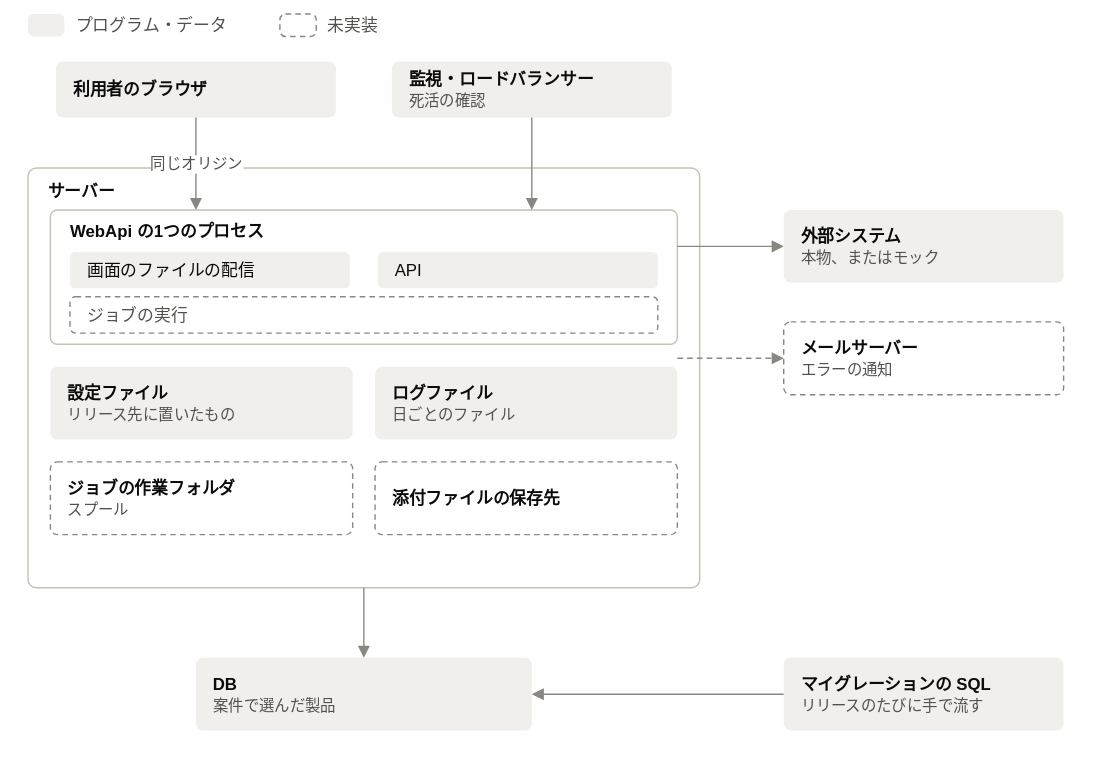
This is demo/101_販売管理システム/標準仕様書/図/実行環境_本番環境.drawio.svg from halllky/NijoAppScaffold, a draw.io export, as it was before one commit. Source tidied: cells renumbered, new cells last; positions are measured from the earlier drawing's top-left corner, leaving out a move shared by most shapes. Source of this version:
```xml
<mxGraphModel background="#ffffff">
  <root>
    <mxCell id="0" />
    <mxCell id="1" parent="0" />
    <mxCell id="2" style="rounded=1;absoluteArcSize=1;arcSize=8;html=1;fillColor=#f0efec;strokeColor=none;strokeWidth=1;" parent="1" vertex="1">
      <mxGeometry width="26" height="16" as="geometry" />
    </mxCell>
    <mxCell id="3" value="プログラム・データ" style="text;html=1;align=left;verticalAlign=middle;fontSize=12;fontColor=#52514e;fontStyle=0;spacing=0;" parent="1" vertex="1">
      <mxGeometry x="34" width="140" height="16" as="geometry" />
    </mxCell>
    <mxCell id="4" style="rounded=1;absoluteArcSize=1;arcSize=8;html=1;fillColor=#ffffff;strokeColor=#898781;strokeWidth=1;dashed=1;dashPattern=4 3;" parent="1" vertex="1">
      <mxGeometry x="180" width="26" height="16" as="geometry" />
    </mxCell>
    <mxCell id="5" value="未実装" style="text;html=1;align=left;verticalAlign=middle;fontSize=12;fontColor=#52514e;fontStyle=0;spacing=0;" parent="1" vertex="1">
      <mxGeometry x="214" width="80" height="16" as="geometry" />
    </mxCell>
    <mxCell id="6" style="rounded=1;absoluteArcSize=1;arcSize=10;html=1;fillColor=#f0efec;strokeColor=none;strokeWidth=1;" parent="1" vertex="1">
      <mxGeometry x="20" y="34" width="200" height="40" as="geometry" />
    </mxCell>
    <mxCell id="7" value="&lt;b&gt;利用者のブラウザ&lt;/b&gt;" style="text;html=1;align=left;verticalAlign=middle;fontSize=12;fontColor=#0b0b0b;fontStyle=0;spacing=0;whiteSpace=wrap;" parent="1" vertex="1">
      <mxGeometry x="32" y="34" width="176" height="40" as="geometry" />
    </mxCell>
    <mxCell id="8" style="rounded=1;absoluteArcSize=1;arcSize=10;html=1;fillColor=#f0efec;strokeColor=none;strokeWidth=1;" parent="1" vertex="1">
      <mxGeometry x="260" y="34" width="200" height="40" as="geometry" />
    </mxCell>
    <mxCell id="9" value="&lt;b&gt;監視・ロードバランサー&lt;/b&gt;&lt;br&gt;&lt;span style=&quot;color:#52514e;font-size:11px&quot;&gt;死活の確認&lt;/span&gt;" style="text;html=1;align=left;verticalAlign=middle;fontSize=12;fontColor=#0b0b0b;fontStyle=0;spacing=0;whiteSpace=wrap;" parent="1" vertex="1">
      <mxGeometry x="272" y="34" width="176" height="40" as="geometry" />
    </mxCell>
    <mxCell id="10" style="rounded=1;absoluteArcSize=1;arcSize=12;html=1;fillColor=#ffffff;strokeColor=#c3c2b7;strokeWidth=1;" parent="1" vertex="1">
      <mxGeometry y="110" width="480" height="300" as="geometry" />
    </mxCell>
    <mxCell id="11" value="&lt;b&gt;サーバー&lt;/b&gt;" style="text;html=1;align=left;verticalAlign=middle;fontSize=12;fontColor=#0b0b0b;fontStyle=0;spacing=0;" parent="1" vertex="1">
      <mxGeometry x="14" y="118" width="452" height="18" as="geometry" />
    </mxCell>
    <mxCell id="12" style="rounded=1;absoluteArcSize=1;arcSize=10;html=1;fillColor=#ffffff;strokeColor=#c3c2b7;strokeWidth=1;" parent="1" vertex="1">
      <mxGeometry x="16" y="140" width="448" height="96" as="geometry" />
    </mxCell>
    <mxCell id="13" value="&lt;b&gt;WebApi の1つのプロセス&lt;/b&gt;" style="text;html=1;align=left;verticalAlign=middle;fontSize=12;fontColor=#0b0b0b;fontStyle=0;spacing=0;" parent="1" vertex="1">
      <mxGeometry x="30" y="146" width="420" height="18" as="geometry" />
    </mxCell>
    <mxCell id="14" style="rounded=1;absoluteArcSize=1;arcSize=8;html=1;fillColor=#f0efec;strokeColor=none;strokeWidth=1;" parent="1" vertex="1">
      <mxGeometry x="30" y="170" width="200" height="26" as="geometry" />
    </mxCell>
    <mxCell id="15" value="画面のファイルの配信" style="text;html=1;align=left;verticalAlign=middle;fontSize=12;fontColor=#0b0b0b;fontStyle=0;spacing=0;" parent="1" vertex="1">
      <mxGeometry x="42" y="170" width="180" height="26" as="geometry" />
    </mxCell>
    <mxCell id="16" style="rounded=1;absoluteArcSize=1;arcSize=8;html=1;fillColor=#f0efec;strokeColor=none;strokeWidth=1;" parent="1" vertex="1">
      <mxGeometry x="250" y="170" width="200" height="26" as="geometry" />
    </mxCell>
    <mxCell id="17" value="API" style="text;html=1;align=left;verticalAlign=middle;fontSize=12;fontColor=#0b0b0b;fontStyle=0;spacing=0;" parent="1" vertex="1">
      <mxGeometry x="262" y="170" width="180" height="26" as="geometry" />
    </mxCell>
    <mxCell id="18" style="rounded=1;absoluteArcSize=1;arcSize=8;html=1;fillColor=#ffffff;strokeColor=#898781;strokeWidth=1;dashed=1;dashPattern=4 3;" parent="1" vertex="1">
      <mxGeometry x="30" y="202" width="420" height="26" as="geometry" />
    </mxCell>
    <mxCell id="19" value="ジョブの実行" style="text;html=1;align=left;verticalAlign=middle;fontSize=12;fontColor=#52514e;fontStyle=0;spacing=0;" parent="1" vertex="1">
      <mxGeometry x="42" y="202" width="400" height="26" as="geometry" />
    </mxCell>
    <mxCell id="20" style="rounded=1;absoluteArcSize=1;arcSize=10;html=1;fillColor=#f0efec;strokeColor=none;strokeWidth=1;" parent="1" vertex="1">
      <mxGeometry x="16" y="252" width="216" height="52" as="geometry" />
    </mxCell>
    <mxCell id="21" value="&lt;b&gt;設定ファイル&lt;/b&gt;&lt;br&gt;&lt;span style=&quot;color:#52514e;font-size:11px&quot;&gt;リリース先に置いたもの&lt;/span&gt;" style="text;html=1;align=left;verticalAlign=middle;fontSize=12;fontColor=#0b0b0b;fontStyle=0;spacing=0;whiteSpace=wrap;" parent="1" vertex="1">
      <mxGeometry x="28" y="252" width="192" height="52" as="geometry" />
    </mxCell>
    <mxCell id="22" style="rounded=1;absoluteArcSize=1;arcSize=10;html=1;fillColor=#f0efec;strokeColor=none;strokeWidth=1;" parent="1" vertex="1">
      <mxGeometry x="248" y="252" width="216" height="52" as="geometry" />
    </mxCell>
    <mxCell id="23" value="&lt;b&gt;ログファイル&lt;/b&gt;&lt;br&gt;&lt;span style=&quot;color:#52514e;font-size:11px&quot;&gt;日ごとのファイル&lt;/span&gt;" style="text;html=1;align=left;verticalAlign=middle;fontSize=12;fontColor=#0b0b0b;fontStyle=0;spacing=0;whiteSpace=wrap;" parent="1" vertex="1">
      <mxGeometry x="260" y="252" width="192" height="52" as="geometry" />
    </mxCell>
    <mxCell id="24" style="rounded=1;absoluteArcSize=1;arcSize=10;html=1;fillColor=#ffffff;strokeColor=#898781;strokeWidth=1;dashed=1;dashPattern=4 3;" parent="1" vertex="1">
      <mxGeometry x="16" y="320" width="216" height="52" as="geometry" />
    </mxCell>
    <mxCell id="25" value="&lt;b&gt;ジョブの作業フォルダ&lt;/b&gt;&lt;br&gt;&lt;span style=&quot;color:#52514e;font-size:11px&quot;&gt;スプール&lt;/span&gt;" style="text;html=1;align=left;verticalAlign=middle;fontSize=12;fontColor=#0b0b0b;fontStyle=0;spacing=0;whiteSpace=wrap;" parent="1" vertex="1">
      <mxGeometry x="28" y="320" width="192" height="52" as="geometry" />
    </mxCell>
    <mxCell id="26" style="rounded=1;absoluteArcSize=1;arcSize=10;html=1;fillColor=#ffffff;strokeColor=#898781;strokeWidth=1;dashed=1;dashPattern=4 3;" parent="1" vertex="1">
      <mxGeometry x="248" y="320" width="216" height="52" as="geometry" />
    </mxCell>
    <mxCell id="27" value="&lt;b&gt;添付ファイルの保存先&lt;/b&gt;" style="text;html=1;align=left;verticalAlign=middle;fontSize=12;fontColor=#0b0b0b;fontStyle=0;spacing=0;whiteSpace=wrap;" parent="1" vertex="1">
      <mxGeometry x="260" y="320" width="192" height="52" as="geometry" />
    </mxCell>
    <mxCell id="28" value="同じオリジン" style="html=1;rounded=0;endArrow=block;endFill=1;endSize=6;startArrow=none;strokeColor=#898781;strokeWidth=1;fontSize=11;fontColor=#52514e;labelBackgroundColor=#ffffff;" parent="1" edge="1">
      <mxGeometry relative="1" as="geometry">
        <mxPoint x="120" y="74" as="sourcePoint" />
        <mxPoint x="120" y="140" as="targetPoint" />
      </mxGeometry>
    </mxCell>
    <mxCell id="29" style="html=1;rounded=0;endArrow=block;endFill=1;endSize=6;startArrow=none;strokeColor=#898781;strokeWidth=1;fontSize=11;fontColor=#52514e;labelBackgroundColor=#ffffff;" parent="1" edge="1">
      <mxGeometry relative="1" as="geometry">
        <mxPoint x="360" y="74" as="sourcePoint" />
        <mxPoint x="360" y="140" as="targetPoint" />
      </mxGeometry>
    </mxCell>
    <mxCell id="30" style="rounded=1;absoluteArcSize=1;arcSize=10;html=1;fillColor=#f0efec;strokeColor=none;strokeWidth=1;" parent="1" vertex="1">
      <mxGeometry x="120" y="460" width="240" height="52" as="geometry" />
    </mxCell>
    <mxCell id="31" value="&lt;b&gt;DB&lt;/b&gt;&lt;br&gt;&lt;span style=&quot;color:#52514e;font-size:11px&quot;&gt;案件で選んだ製品&lt;/span&gt;" style="text;html=1;align=left;verticalAlign=middle;fontSize=12;fontColor=#0b0b0b;fontStyle=0;spacing=0;whiteSpace=wrap;" parent="1" vertex="1">
      <mxGeometry x="132" y="460" width="216" height="52" as="geometry" />
    </mxCell>
    <mxCell id="32" style="html=1;rounded=0;endArrow=block;endFill=1;endSize=6;startArrow=none;strokeColor=#898781;strokeWidth=1;fontSize=11;fontColor=#52514e;labelBackgroundColor=#ffffff;" parent="1" edge="1">
      <mxGeometry relative="1" as="geometry">
        <mxPoint x="240" y="410" as="sourcePoint" />
        <mxPoint x="240" y="460" as="targetPoint" />
      </mxGeometry>
    </mxCell>
    <mxCell id="33" style="rounded=1;absoluteArcSize=1;arcSize=10;html=1;fillColor=#f0efec;strokeColor=none;strokeWidth=1;" parent="1" vertex="1">
      <mxGeometry x="540" y="460" width="200" height="52" as="geometry" />
    </mxCell>
    <mxCell id="34" value="&lt;b&gt;マイグレーションの SQL&lt;/b&gt;&lt;br&gt;&lt;span style=&quot;color:#52514e;font-size:11px&quot;&gt;リリースのたびに手で流す&lt;/span&gt;" style="text;html=1;align=left;verticalAlign=middle;fontSize=12;fontColor=#0b0b0b;fontStyle=0;spacing=0;whiteSpace=wrap;" parent="1" vertex="1">
      <mxGeometry x="552" y="460" width="176" height="52" as="geometry" />
    </mxCell>
    <mxCell id="35" style="html=1;rounded=0;endArrow=block;endFill=1;endSize=6;startArrow=none;strokeColor=#898781;strokeWidth=1;fontSize=11;fontColor=#52514e;labelBackgroundColor=#ffffff;" parent="1" edge="1">
      <mxGeometry relative="1" as="geometry">
        <mxPoint x="540" y="486" as="sourcePoint" />
        <mxPoint x="360" y="486" as="targetPoint" />
      </mxGeometry>
    </mxCell>
    <mxCell id="36" style="rounded=1;absoluteArcSize=1;arcSize=10;html=1;fillColor=#f0efec;strokeColor=none;strokeWidth=1;" parent="1" vertex="1">
      <mxGeometry x="540" y="140" width="200" height="52" as="geometry" />
    </mxCell>
    <mxCell id="37" value="&lt;b&gt;外部システム&lt;/b&gt;&lt;br&gt;&lt;span style=&quot;color:#52514e;font-size:11px&quot;&gt;本物、またはモック&lt;/span&gt;" style="text;html=1;align=left;verticalAlign=middle;fontSize=12;fontColor=#0b0b0b;fontStyle=0;spacing=0;whiteSpace=wrap;" parent="1" vertex="1">
      <mxGeometry x="552" y="140" width="176" height="52" as="geometry" />
    </mxCell>
    <mxCell id="38" style="rounded=1;absoluteArcSize=1;arcSize=10;html=1;fillColor=#ffffff;strokeColor=#898781;strokeWidth=1;dashed=1;dashPattern=4 3;" parent="1" vertex="1">
      <mxGeometry x="540" y="220" width="200" height="52" as="geometry" />
    </mxCell>
    <mxCell id="39" value="&lt;b&gt;メールサーバー&lt;/b&gt;&lt;br&gt;&lt;span style=&quot;color:#52514e;font-size:11px&quot;&gt;エラーの通知&lt;/span&gt;" style="text;html=1;align=left;verticalAlign=middle;fontSize=12;fontColor=#0b0b0b;fontStyle=0;spacing=0;whiteSpace=wrap;" parent="1" vertex="1">
      <mxGeometry x="552" y="220" width="176" height="52" as="geometry" />
    </mxCell>
    <mxCell id="40" style="html=1;rounded=0;endArrow=block;endFill=1;endSize=6;startArrow=none;strokeColor=#898781;strokeWidth=1;fontSize=11;fontColor=#52514e;labelBackgroundColor=#ffffff;" parent="1" edge="1">
      <mxGeometry relative="1" as="geometry">
        <mxPoint x="464" y="166" as="sourcePoint" />
        <mxPoint x="540" y="166" as="targetPoint" />
      </mxGeometry>
    </mxCell>
    <mxCell id="41" style="html=1;rounded=0;endArrow=block;endFill=1;endSize=6;startArrow=none;strokeColor=#898781;strokeWidth=1;fontSize=11;fontColor=#52514e;labelBackgroundColor=#ffffff;dashed=1;dashPattern=4 3;" parent="1" edge="1">
      <mxGeometry relative="1" as="geometry">
        <mxPoint x="464" y="246" as="sourcePoint" />
        <mxPoint x="540" y="246" as="targetPoint" />
      </mxGeometry>
    </mxCell>
  </root>
</mxGraphModel>
```
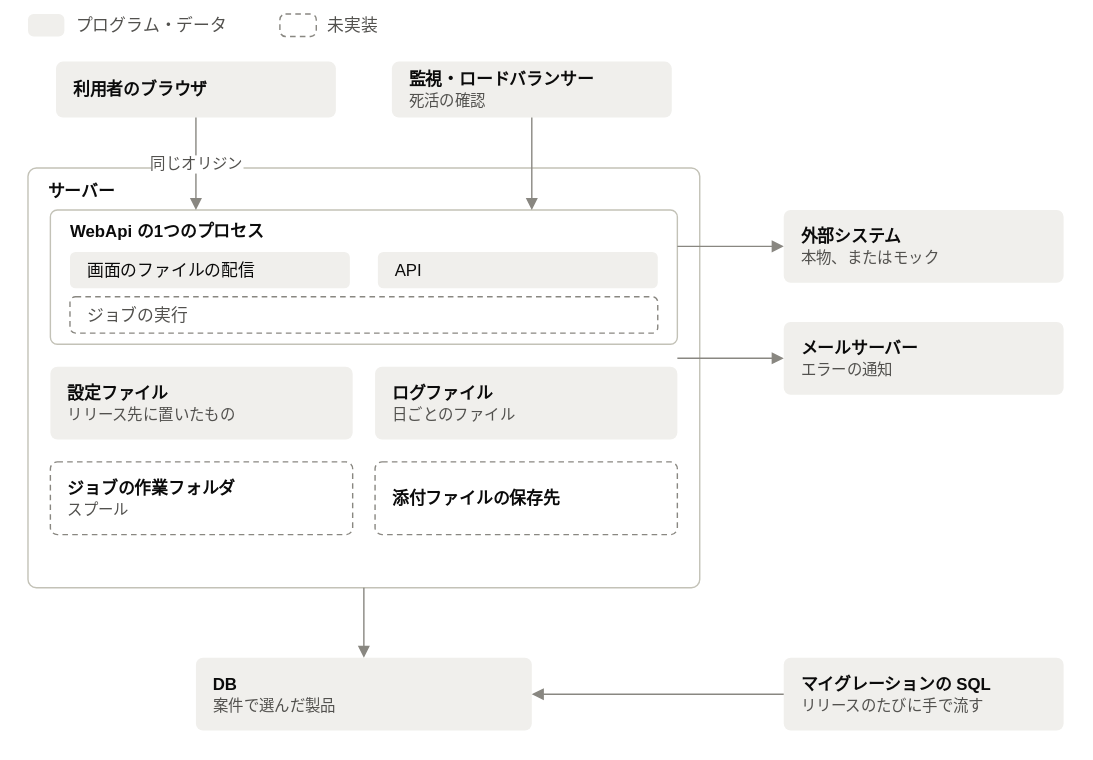
After the commit.

Change to the diagram source:
```diff
@@ -122,7 +122,7 @@
     <mxCell id="37" value="&lt;b&gt;外部システム&lt;/b&gt;&lt;br&gt;&lt;span style=&quot;color:#52514e;font-size:11px&quot;&gt;本物、またはモック&lt;/span&gt;" style="text;html=1;align=left;verticalAlign=middle;fontSize=12;fontColor=#0b0b0b;fontStyle=0;spacing=0;whiteSpace=wrap;" parent="1" vertex="1">
       <mxGeometry x="552" y="140" width="176" height="52" as="geometry" />
     </mxCell>
-    <mxCell id="38" style="rounded=1;absoluteArcSize=1;arcSize=10;html=1;fillColor=#ffffff;strokeColor=#898781;strokeWidth=1;dashed=1;dashPattern=4 3;" parent="1" vertex="1">
+    <mxCell id="38" style="rounded=1;absoluteArcSize=1;arcSize=10;html=1;fillColor=#f0efec;strokeColor=none;strokeWidth=1;" parent="1" vertex="1">
       <mxGeometry x="540" y="220" width="200" height="52" as="geometry" />
     </mxCell>
     <mxCell id="39" value="&lt;b&gt;メールサーバー&lt;/b&gt;&lt;br&gt;&lt;span style=&quot;color:#52514e;font-size:11px&quot;&gt;エラーの通知&lt;/span&gt;" style="text;html=1;align=left;verticalAlign=middle;fontSize=12;fontColor=#0b0b0b;fontStyle=0;spacing=0;whiteSpace=wrap;" parent="1" vertex="1">
@@ -134,7 +134,7 @@
         <mxPoint x="540" y="166" as="targetPoint" />
       </mxGeometry>
     </mxCell>
-    <mxCell id="41" style="html=1;rounded=0;endArrow=block;endFill=1;endSize=6;startArrow=none;strokeColor=#898781;strokeWidth=1;fontSize=11;fontColor=#52514e;labelBackgroundColor=#ffffff;dashed=1;dashPattern=4 3;" parent="1" edge="1">
+    <mxCell id="41" style="html=1;rounded=0;endArrow=block;endFill=1;endSize=6;startArrow=none;strokeColor=#898781;strokeWidth=1;fontSize=11;fontColor=#52514e;labelBackgroundColor=#ffffff;" parent="1" edge="1">
       <mxGeometry relative="1" as="geometry">
         <mxPoint x="464" y="246" as="sourcePoint" />
         <mxPoint x="540" y="246" as="targetPoint" />
```
